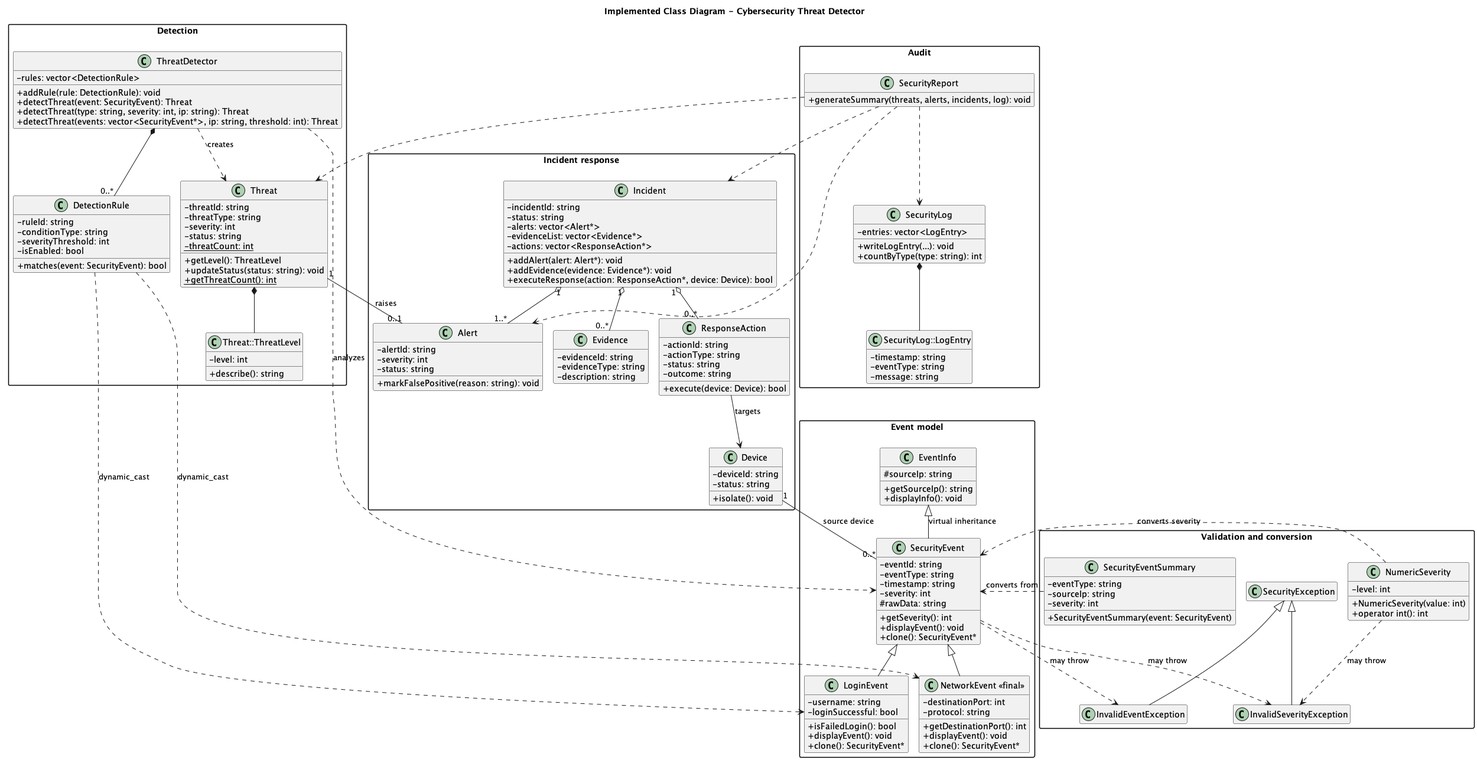
This is class-diagram.png from jaitak2121-spec/CybersecurityThreatdetector, a PlantUML export, as it was before one commit. The source it was exported from:
```plantuml
@startuml class-diagram
!pragma layout smetana
skinparam classAttributeIconSize 0
skinparam packageStyle rectangle
hide empty members
title Implemented Class Diagram - Cybersecurity Threat Detector

package "Event model" {
  class EventInfo {
    # sourceIp: string
    + getSourceIp(): string
    + displayInfo(): void
  }

  class SecurityEvent {
    - eventId: string
    - eventType: string
    - timestamp: string
    - severity: int
    # rawData: string
    + getSeverity(): int
    + displayEvent(): void
    + clone(): SecurityEvent*
  }

  class LoginEvent {
    - username: string
    - loginSuccessful: bool
    + isFailedLogin(): bool
    + displayEvent(): void
    + clone(): SecurityEvent*
  }

  class "NetworkEvent <<final>>" as NetworkEvent {
    - destinationPort: int
    - protocol: string
    + getDestinationPort(): int
    + displayEvent(): void
    + clone(): SecurityEvent*
  }
}

package "Detection" {
  class DetectionRule {
    - ruleId: string
    - conditionType: string
    - severityThreshold: int
    - isEnabled: bool
    + matches(event: SecurityEvent): bool
  }

  class ThreatDetector {
    - rules: vector<DetectionRule>
    + addRule(rule: DetectionRule): void
    + detectThreat(event: SecurityEvent): Threat
    + detectThreat(type: string, severity: int, ip: string): Threat
    + detectThreat(events: vector<SecurityEvent*>, ip: string, threshold: int): Threat
  }

  class Threat {
    - threatId: string
    - threatType: string
    - severity: int
    - status: string
    {static} - threatCount: int
    + getLevel(): ThreatLevel
    + updateStatus(status: string): void
    {static} + getThreatCount(): int
  }

  class "Threat::ThreatLevel" as ThreatLevel {
    - level: int
    + describe(): string
  }
}

package "Incident response" {
  class Device {
    - deviceId: string
    - status: string
    + isolate(): void
  }
  class Alert {
    - alertId: string
    - severity: int
    - status: string
    + markFalsePositive(reason: string): void
  }
  class Evidence {
    - evidenceId: string
    - evidenceType: string
    - description: string
  }
  class ResponseAction {
    - actionId: string
    - actionType: string
    - status: string
    - outcome: string
    + execute(device: Device): bool
  }
  class Incident {
    - incidentId: string
    - status: string
    - alerts: vector<Alert*>
    - evidenceList: vector<Evidence*>
    - actions: vector<ResponseAction*>
    + addAlert(alert: Alert*): void
    + addEvidence(evidence: Evidence*): void
    + executeResponse(action: ResponseAction*, device: Device): bool
  }
}

package "Audit" {
  class SecurityLog {
    - entries: vector<LogEntry>
    + writeLogEntry(...): void
    + countByType(type: string): int
  }
  class "SecurityLog::LogEntry" as LogEntry {
    - timestamp: string
    - eventType: string
    - message: string
  }
  class SecurityReport {
    + generateSummary(threats, alerts, incidents, log): void
  }
}

package "Validation and conversion" {
  class NumericSeverity {
    - level: int
    + NumericSeverity(value: int)
    + operator int(): int
  }
  class SecurityEventSummary {
    - eventType: string
    - sourceIp: string
    - severity: int
    + SecurityEventSummary(event: SecurityEvent)
  }
  class SecurityException
  class InvalidSeverityException
  class InvalidEventException
}

EventInfo <|-- SecurityEvent : virtual inheritance
SecurityEvent <|-- LoginEvent
SecurityEvent <|-- NetworkEvent
Threat *-- ThreatLevel
SecurityLog *-- LogEntry

ThreatDetector *-- "0..*" DetectionRule
ThreatDetector ..> SecurityEvent : analyzes
ThreatDetector ..> Threat : creates
DetectionRule ..> LoginEvent : dynamic_cast
DetectionRule ..> NetworkEvent : dynamic_cast

Device "1" -- "0..*" SecurityEvent : source device
Threat "1" -- "0..1" Alert : raises
Incident "1" o-- "1..*" Alert
Incident "1" o-- "0..*" Evidence
Incident "1" o-- "0..*" ResponseAction
ResponseAction --> Device : targets
SecurityReport ..> Threat
SecurityReport ..> Alert
SecurityReport ..> Incident
SecurityReport ..> SecurityLog

SecurityException <|-- InvalidSeverityException
SecurityException <|-- InvalidEventException
SecurityEvent ..> InvalidSeverityException : may throw
SecurityEvent ..> InvalidEventException : may throw
NumericSeverity ..> InvalidSeverityException : may throw
SecurityEventSummary ..> SecurityEvent : converts from
NumericSeverity ..> SecurityEvent : converts severity
@enduml
```
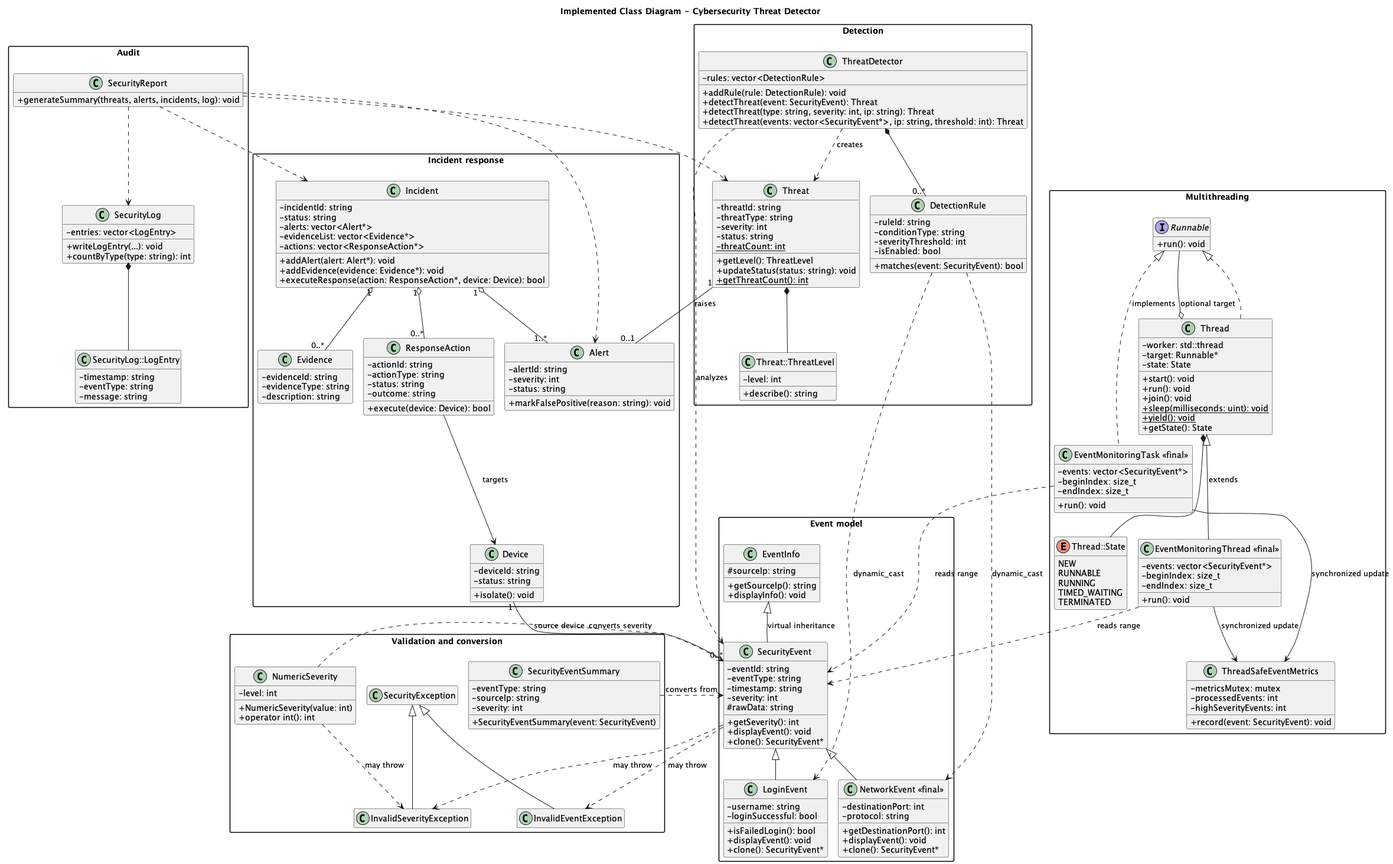
The same file after the commit.

The edit, as a diff of the source:
```diff
@@ -143,6 +143,48 @@
   class InvalidEventException
 }
 
+package "Multithreading" {
+  interface Runnable {
+    + run(): void
+  }
+  class Thread {
+    - worker: std::thread
+    - target: Runnable*
+    - state: State
+    + start(): void
+    + run(): void
+    + join(): void
+    {static} + sleep(milliseconds: uint): void
+    {static} + yield(): void
+    + getState(): State
+  }
+  enum "Thread::State" as ThreadState {
+    NEW
+    RUNNABLE
+    RUNNING
+    TIMED_WAITING
+    TERMINATED
+  }
+  class "EventMonitoringThread <<final>>" as EventMonitoringThread {
+    - events: vector<SecurityEvent*>
+    - beginIndex: size_t
+    - endIndex: size_t
+    + run(): void
+  }
+  class "EventMonitoringTask <<final>>" as EventMonitoringTask {
+    - events: vector<SecurityEvent*>
+    - beginIndex: size_t
+    - endIndex: size_t
+    + run(): void
+  }
+  class ThreadSafeEventMetrics {
+    - metricsMutex: mutex
+    - processedEvents: int
+    - highSeverityEvents: int
+    + record(event: SecurityEvent): void
+  }
+}
+
 EventInfo <|-- SecurityEvent : virtual inheritance
 SecurityEvent <|-- LoginEvent
 SecurityEvent <|-- NetworkEvent
@@ -173,4 +215,13 @@
 NumericSeverity ..> InvalidSeverityException : may throw
 SecurityEventSummary ..> SecurityEvent : converts from
 NumericSeverity ..> SecurityEvent : converts severity
+Runnable <|.. Thread
+Thread <|-- EventMonitoringThread : extends
+Runnable <|.. EventMonitoringTask : implements
+Thread o-- Runnable : optional target
+Thread *-- ThreadState
+EventMonitoringThread --> ThreadSafeEventMetrics : synchronized update
+EventMonitoringTask --> ThreadSafeEventMetrics : synchronized update
+EventMonitoringThread ..> SecurityEvent : reads range
+EventMonitoringTask ..> SecurityEvent : reads range
 @enduml
```
